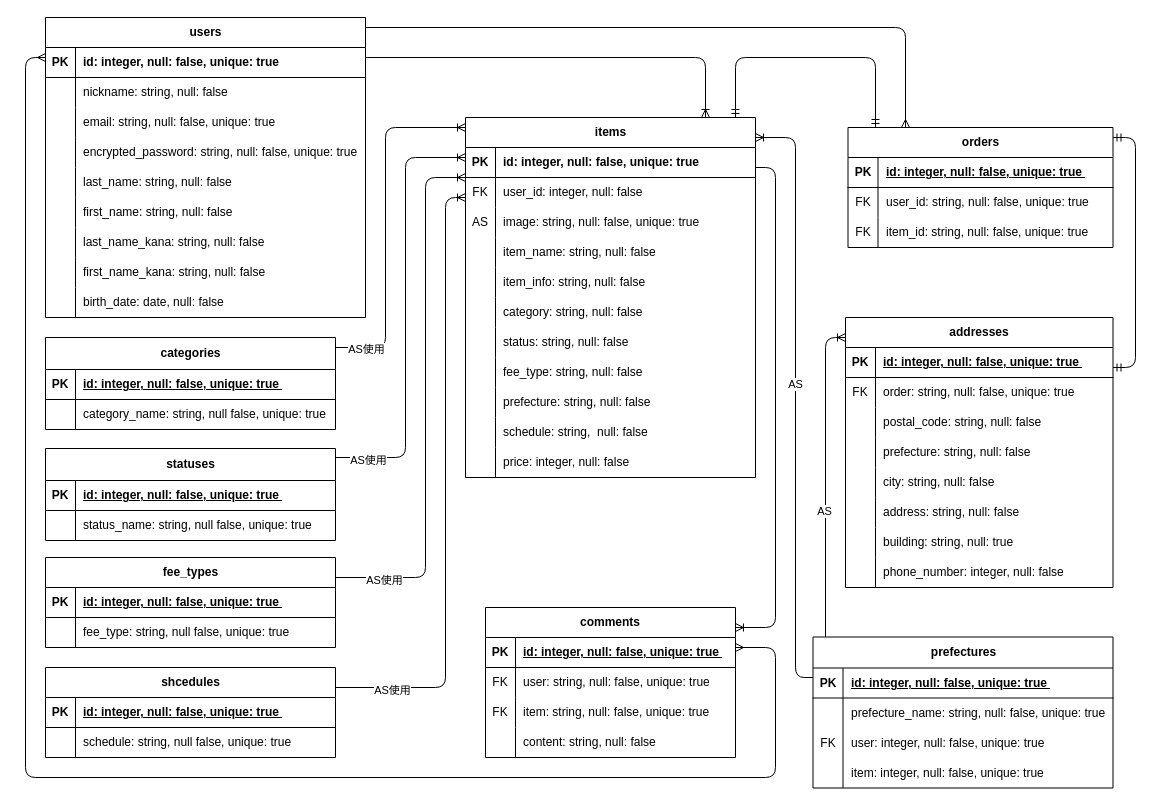
Earlier version of the draw.io diagram test.dio (reskillfrom31-lab/furima-46419). Source tidied: cells renumbered, new cells numbered last; positions are measured from the earlier drawing's top-left corner, leaving out a move shared by most shapes. Both pictures are drawn from the tidied source at 100%, with x=0, y=0 at pixel (25, 17).
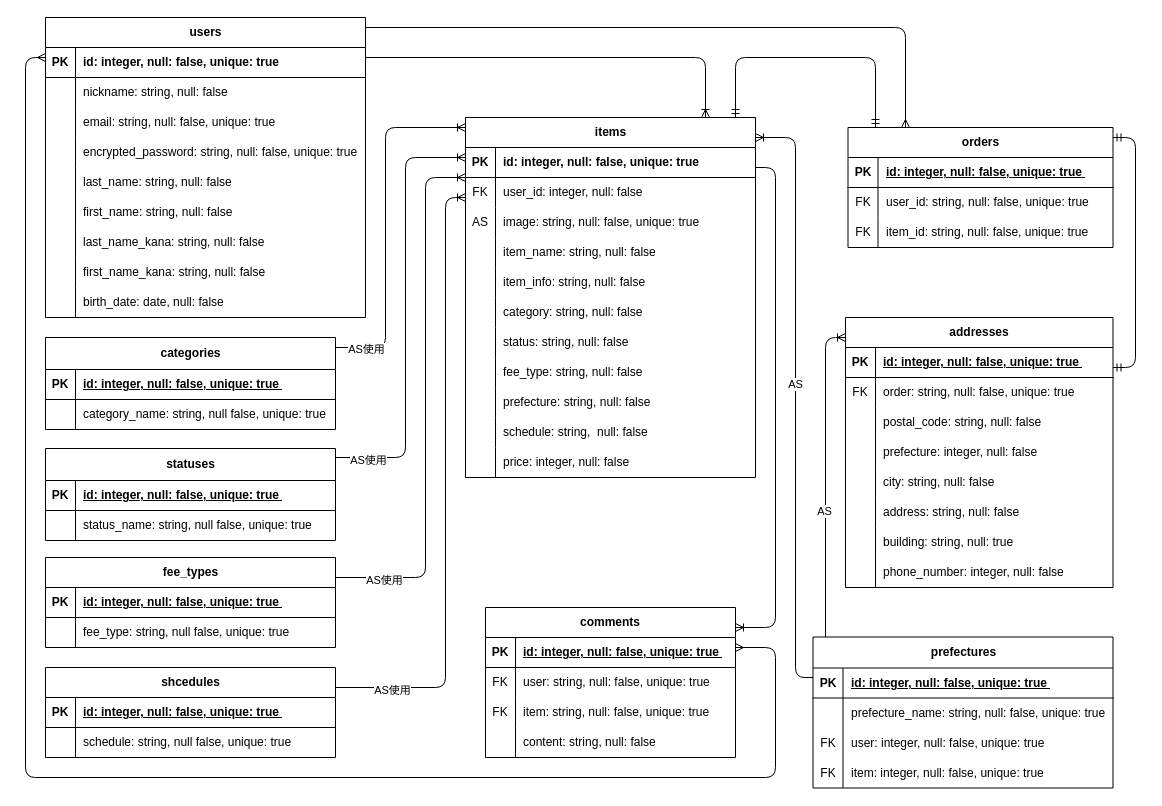
The same page after the edit.

Commit message (it also covers changes not shown here):
メンター指摘事項修正

Unchanged cells that the change refers to:
```xml
<mxCell id="96" style="shape=tableRow;horizontal=0;startSize=0;swimlaneHead=0;swimlaneBody=0;fillColor=none;points=[[0,0.5],[1,0.5]];portConstraint=eastwest;top=0;left=0;right=0;bottom=0;html=1;" parent="86" vertex="1">
  <mxGeometry y="120" width="267.5" height="30" as="geometry" />
</mxCell>
<mxCell id="121" style="shape=tableRow;horizontal=0;startSize=0;swimlaneHead=0;swimlaneBody=0;fillColor=none;top=0;left=0;right=0;bottom=0;" parent="111" vertex="1">
  <mxGeometry y="121" width="300" height="30" as="geometry" />
</mxCell>
```

Change to the diagram source:
```diff
@@
-    <mxCell id="98" value="prefecture: string, null: false&amp;nbsp;" style="shape=partialRectangle;fillColor=none;top=0;left=0;bottom=0;right=0;align=left;spacingLeft=6;overflow=hidden;html=1;whiteSpace=wrap;" parent="96" vertex="1">
+    <mxCell id="98" value="prefecture: integer, null: false&amp;nbsp;" style="shape=partialRectangle;fillColor=none;top=0;left=0;bottom=0;right=0;align=left;spacingLeft=6;overflow=hidden;html=1;whiteSpace=wrap;" parent="96" vertex="1">
       <mxGeometry x="30" width="237.5" height="30" as="geometry" />
     </mxCell>
@@
-    <mxCell id="122" style="shape=partialRectangle;fillColor=none;top=0;left=0;bottom=0;right=0;overflow=hidden;whiteSpace=wrap;html=1;" parent="121" vertex="1">
+    <mxCell id="122" value="FK" style="shape=partialRectangle;fillColor=none;top=0;left=0;bottom=0;right=0;overflow=hidden;whiteSpace=wrap;html=1;" parent="121" vertex="1">
       <mxGeometry width="30" height="30" as="geometry" />
     </mxCell>
```
